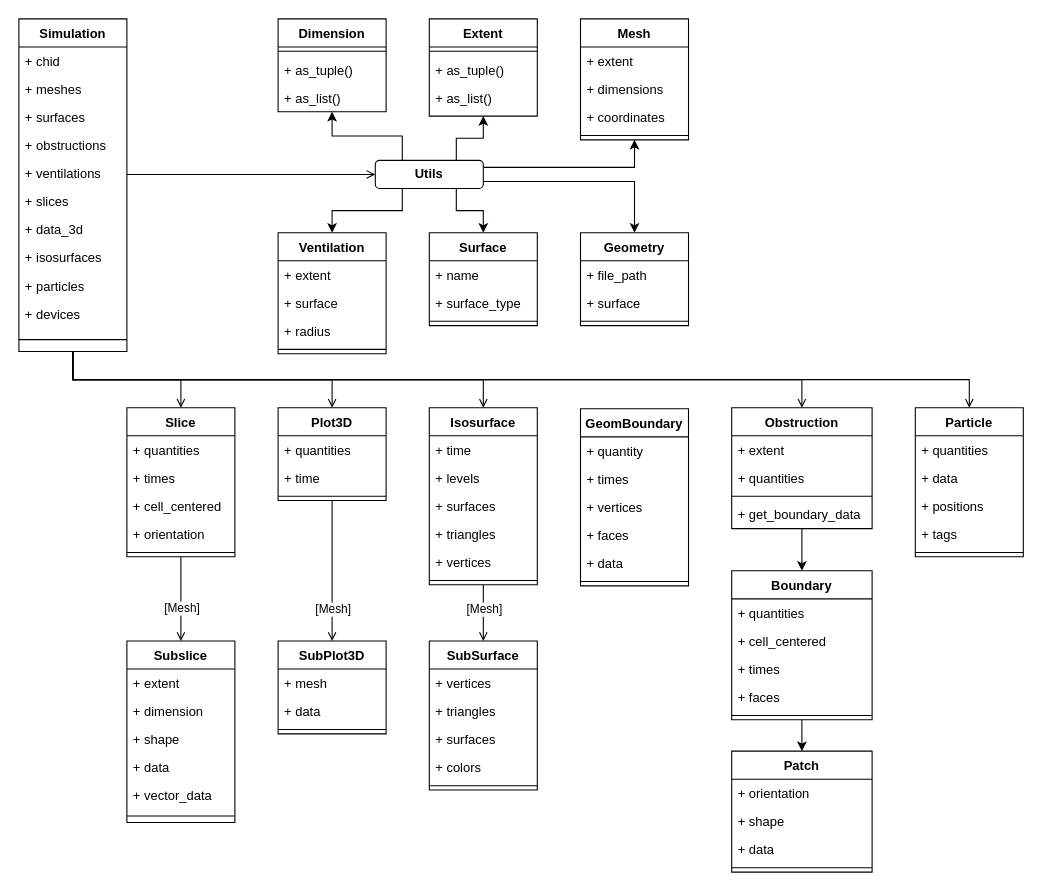
Above: docs/img/data-structure.drawio in FireDynamics/fdsreader (draw.io), before the change. Source tidied: cells renumbered, new cells numbered last; positions are measured from the earlier drawing's top-left corner, leaving out a move shared by most shapes. Both pictures are drawn from the tidied source at 108%, with x=0, y=0 at pixel (18, 18).
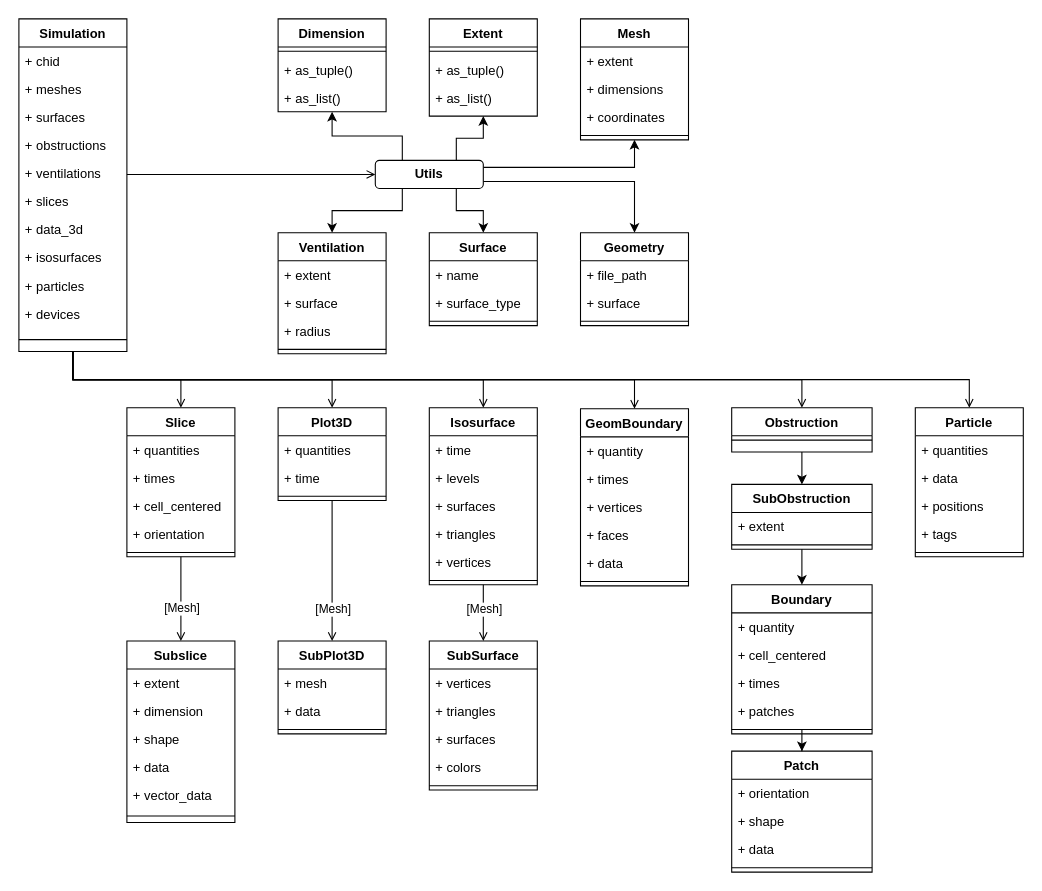
The same diagram, later.

The change refers to these unchanged cells:
```xml
<mxCell id="7" value="Simulation" style="swimlane;fontStyle=1;align=center;verticalAlign=top;horizontal=1;startSize=26;rounded=0;shadow=0;strokeWidth=1;" parent="1" vertex="1">
  <mxGeometry width="100" height="308" as="geometry" />
</mxCell>
<mxCell id="117" value="GeomBoundary" style="swimlane;fontStyle=1;align=center;verticalAlign=top;horizontal=1;startSize=26;rounded=0;shadow=0;strokeWidth=1;" parent="1" vertex="1">
  <mxGeometry x="520" y="361" width="100" height="164" as="geometry" />
</mxCell>
```

Diff of the diagram source:
```diff
@@
-    <mxCell id="34" style="edgeStyle=orthogonalEdgeStyle;rounded=0;jettySize=auto;html=1;entryX=0.5;entryY=0;entryDx=0;entryDy=0;" parent="1" edge="1" source="35" target="87">
+    <mxCell id="34" style="edgeStyle=orthogonalEdgeStyle;rounded=0;jettySize=auto;html=1;entryX=0.5;entryY=0;entryDx=0;entryDy=0;" parent="1" edge="1" source="35" target="127">
       <mxGeometry relative="1" as="geometry" />
     </mxCell>
     <mxCell id="35" value="Obstruction" style="swimlane;fontStyle=1;align=center;verticalAlign=top;horizontal=1;startSize=26;rounded=0;shadow=0;strokeWidth=1;" parent="1" vertex="1">
-      <mxGeometry x="660" y="360" width="130" height="112" as="geometry" />
+      <mxGeometry x="660" y="360" width="130" height="41" as="geometry" />
     </mxCell>
-    <mxCell id="36" value="+ extent" style="text;align=left;verticalAlign=top;spacingLeft=4;spacingRight=4;overflow=hidden;rounded=0;shadow=0;html=0;" parent="35" vertex="1">
-      <mxGeometry y="26" width="130" height="26" as="geometry" />
-    </mxCell>
-    <mxCell id="37" value="+ quantities" style="text;align=left;verticalAlign=top;spacingLeft=4;spacingRight=4;overflow=hidden;rounded=0;shadow=0;html=0;" parent="35" vertex="1">
-      <mxGeometry y="52" width="130" height="26" as="geometry" />
-    </mxCell>
     <mxCell id="38" style="line;html=1;strokeWidth=1;align=left;verticalAlign=middle;spacingTop=-1;spacingLeft=3;spacingRight=3;labelPosition=right;" parent="35" vertex="1">
-      <mxGeometry y="78" width="130" height="8" as="geometry" />
+      <mxGeometry y="26" width="130" height="8" as="geometry" />
     </mxCell>
-    <mxCell id="39" value="+ get_boundary_data" style="text;align=left;verticalAlign=top;spacingLeft=4;spacingRight=4;overflow=hidden;rounded=0;shadow=0;html=0;" parent="35" vertex="1">
-      <mxGeometry y="86" width="130" height="26" as="geometry" />
-    </mxCell>
@@
     <mxCell id="87" value="Boundary" style="swimlane;fontStyle=1;align=center;verticalAlign=top;horizontal=1;startSize=26;rounded=0;shadow=0;strokeWidth=1;" parent="1" vertex="1">
-      <mxGeometry x="660" y="511" width="130" height="138" as="geometry" />
+      <mxGeometry x="660" y="524" width="130" height="138" as="geometry" />
     </mxCell>
-    <mxCell id="88" value="+ quantities" style="text;align=left;verticalAlign=top;spacingLeft=4;spacingRight=4;overflow=hidden;" parent="87" vertex="1">
+    <mxCell id="88" value="+ quantity" style="text;align=left;verticalAlign=top;spacingLeft=4;spacingRight=4;overflow=hidden;" parent="87" vertex="1">
       <mxGeometry y="26" width="130" height="26" as="geometry" />
     </mxCell>
@@
-    <mxCell id="91" value="+ faces" style="text;align=left;verticalAlign=top;spacingLeft=4;spacingRight=4;overflow=hidden;" parent="87" vertex="1">
-      <mxGeometry y="104" width="130" height="26" as="geometry" />
-    </mxCell>
+    <mxCell id="124" value="+ patches" style="text;align=left;verticalAlign=top;spacingLeft=4;spacingRight=4;overflow=hidden;" parent="87" vertex="1">
+      <mxGeometry y="104" width="130" height="26" as="geometry" />
+    </mxCell>
@@
+    <mxCell id="125" style="edgeStyle=orthogonalEdgeStyle;rounded=0;jettySize=auto;html=1;exitX=0.5;exitY=1;exitDx=0;exitDy=0;entryX=0.5;entryY=0;entryDx=0;entryDy=0;startArrow=none;startFill=0;endArrow=open;endFill=0;" parent="1" edge="1" source="7" target="117">
+      <mxGeometry relative="1" as="geometry">
+        <Array as="points">
+          <mxPoint x="50" y="334" />
+          <mxPoint x="570" y="334" />
+        </Array>
+      </mxGeometry>
+    </mxCell>
+    <mxCell id="126" style="edgeStyle=orthogonalEdgeStyle;rounded=0;jettySize=auto;html=1;entryX=0.5;entryY=0;entryDx=0;entryDy=0;" parent="1" edge="1" source="127" target="87">
+      <mxGeometry relative="1" as="geometry" />
+    </mxCell>
+    <mxCell id="127" value="SubObstruction" style="swimlane;fontStyle=1;align=center;verticalAlign=top;horizontal=1;startSize=26;rounded=0;shadow=0;strokeWidth=1;" parent="1" vertex="1">
+      <mxGeometry x="660" y="431" width="130" height="60" as="geometry" />
+    </mxCell>
+    <mxCell id="36" value="+ extent" style="text;align=left;verticalAlign=top;spacingLeft=4;spacingRight=4;overflow=hidden;" parent="127" vertex="1">
+      <mxGeometry y="26" width="130" height="26" as="geometry" />
+    </mxCell>
+    <mxCell id="128" style="line;html=1;strokeWidth=1;align=left;verticalAlign=middle;spacingTop=-1;spacingLeft=3;spacingRight=3;labelPosition=right;" parent="127" vertex="1">
+      <mxGeometry y="52" width="130" height="8" as="geometry" />
+    </mxCell>
```
